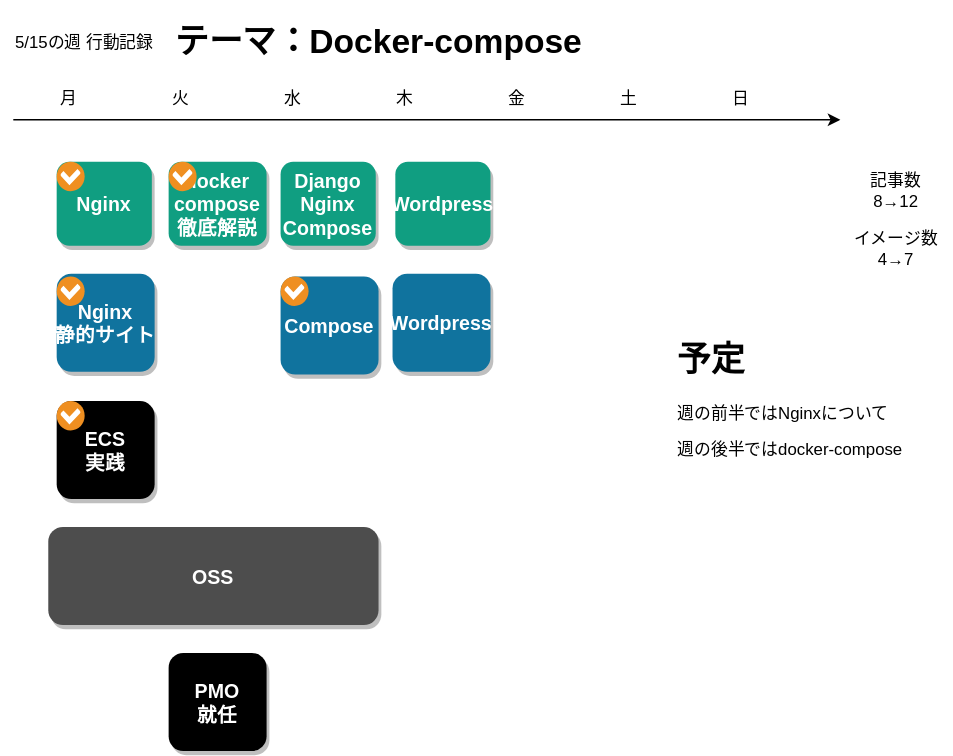
Above: 人生設計-20230515.drawio.svg in minegishirei/draw_v1 (draw.io), before the change. Source tidied: cells renumbered, new cells last; positions are measured from the earlier drawing's top-left corner, leaving out a move shared by most shapes.
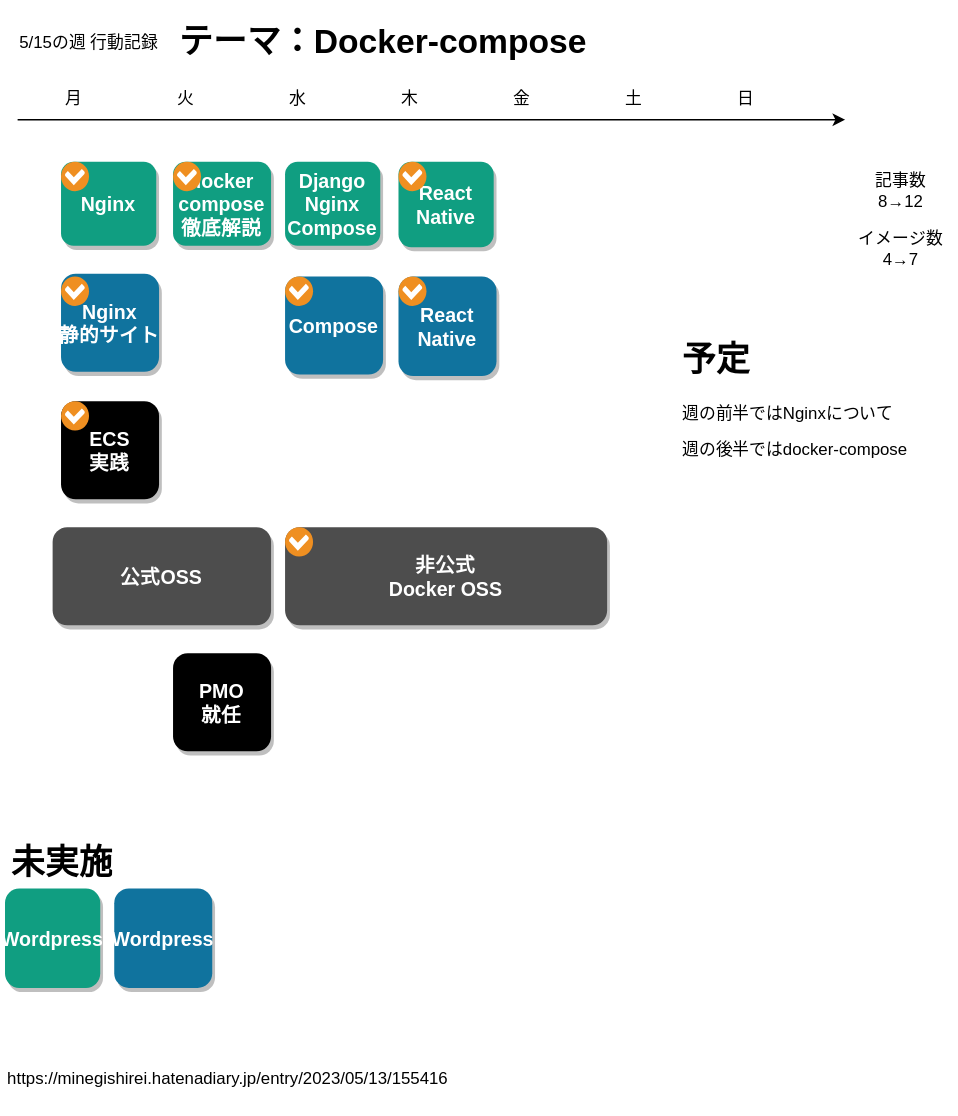
The same diagram one commit later.

Commit message:
人生設計-20230515.drawio.svg を追加しました。

What changed in the source:
```diff
@@ -57,10 +57,10 @@
       <mxGeometry x="200" y="187" width="70" height="70" as="geometry" />
     </mxCell>
     <mxCell id="19" value="Wordpress" style="rounded=1;fillColor=#109e81;strokeColor=none;shadow=1;gradientColor=none;fontStyle=1;fontColor=#FFFFFF;fontSize=14;" parent="1" vertex="1">
-      <mxGeometry x="282" y="105" width="68" height="60" as="geometry" />
+      <mxGeometry y="624" width="68" height="71" as="geometry" />
     </mxCell>
     <mxCell id="20" value="Wordpress" style="rounded=1;fillColor=#10739E;strokeColor=none;shadow=1;gradientColor=none;fontStyle=1;fontColor=#FFFFFF;fontSize=14;" parent="1" vertex="1">
-      <mxGeometry x="280" y="185" width="70" height="70" as="geometry" />
+      <mxGeometry x="78" y="624" width="70" height="71" as="geometry" />
     </mxCell>
     <mxCell id="21" value="記事数&lt;br&gt;8→12" style="text;html=1;strokeColor=none;fillColor=none;align=center;verticalAlign=middle;whiteSpace=wrap;rounded=0;" parent="1" vertex="1">
       <mxGeometry x="600" y="105" width="80" height="41" as="geometry" />
@@ -74,8 +74,8 @@
     <mxCell id="24" style="shadow=0;dashed=0;html=1;strokeColor=none;fillColor=#EF8F21;labelPosition=center;verticalLabelPosition=bottom;verticalAlign=top;align=center;shape=mxgraph.veeam.checked;" parent="1" vertex="1">
       <mxGeometry x="40" y="187" width="20" height="21" as="geometry" />
     </mxCell>
-    <mxCell id="25" value="OSS" style="rounded=1;fillColor=#4D4D4D;strokeColor=none;shadow=1;gradientColor=none;fontStyle=1;fontColor=#FFFFFF;fontSize=14;" parent="1" vertex="1">
-      <mxGeometry x="34" y="366" width="236" height="70" as="geometry" />
+    <mxCell id="25" value="公式OSS" style="rounded=1;fillColor=#4D4D4D;strokeColor=none;shadow=1;gradientColor=none;fontStyle=1;fontColor=#FFFFFF;fontSize=14;" parent="1" vertex="1">
+      <mxGeometry x="34" y="366" width="156" height="70" as="geometry" />
     </mxCell>
     <mxCell id="26" style="shadow=0;dashed=0;html=1;strokeColor=none;fillColor=#EF8F21;labelPosition=center;verticalLabelPosition=bottom;verticalAlign=top;align=center;shape=mxgraph.veeam.checked;" parent="1" vertex="1">
       <mxGeometry x="40" y="276" width="20" height="21" as="geometry" />
@@ -89,5 +89,29 @@
     <mxCell id="29" style="shadow=0;dashed=0;html=1;strokeColor=none;fillColor=#EF8F21;labelPosition=center;verticalLabelPosition=bottom;verticalAlign=top;align=center;shape=mxgraph.veeam.checked;" parent="1" vertex="1">
       <mxGeometry x="200" y="187" width="20" height="21" as="geometry" />
     </mxCell>
+    <mxCell id="30" value="非公式&#10;Docker OSS" style="rounded=1;fillColor=#4D4D4D;strokeColor=none;shadow=1;gradientColor=none;fontStyle=1;fontColor=#FFFFFF;fontSize=14;" parent="1" vertex="1">
+      <mxGeometry x="200" y="366" width="230" height="70" as="geometry" />
+    </mxCell>
+    <mxCell id="31" value="&lt;h1&gt;未実施&lt;/h1&gt;" style="text;html=1;strokeColor=none;fillColor=none;spacing=5;spacingTop=-20;whiteSpace=wrap;overflow=hidden;rounded=0;" parent="1" vertex="1">
+      <mxGeometry y="586" width="190" height="39" as="geometry" />
+    </mxCell>
+    <mxCell id="32" value="React&#10;Native" style="rounded=1;fillColor=#109e81;strokeColor=none;shadow=1;gradientColor=none;fontStyle=1;fontColor=#FFFFFF;fontSize=14;" parent="1" vertex="1">
+      <mxGeometry x="281" y="105" width="68" height="61" as="geometry" />
+    </mxCell>
+    <mxCell id="33" value="React&#10;Native" style="rounded=1;fillColor=#10739E;strokeColor=none;shadow=1;gradientColor=none;fontStyle=1;fontColor=#FFFFFF;fontSize=14;" parent="1" vertex="1">
+      <mxGeometry x="281" y="187" width="70" height="71" as="geometry" />
+    </mxCell>
+    <mxCell id="34" style="shadow=0;dashed=0;html=1;strokeColor=none;fillColor=#EF8F21;labelPosition=center;verticalLabelPosition=bottom;verticalAlign=top;align=center;shape=mxgraph.veeam.checked;" parent="1" vertex="1">
+      <mxGeometry x="281" y="187" width="20" height="21" as="geometry" />
+    </mxCell>
+    <mxCell id="35" style="shadow=0;dashed=0;html=1;strokeColor=none;fillColor=#EF8F21;labelPosition=center;verticalLabelPosition=bottom;verticalAlign=top;align=center;shape=mxgraph.veeam.checked;" parent="1" vertex="1">
+      <mxGeometry x="281" y="105" width="20" height="21" as="geometry" />
+    </mxCell>
+    <mxCell id="36" style="shadow=0;dashed=0;html=1;strokeColor=none;fillColor=#EF8F21;labelPosition=center;verticalLabelPosition=bottom;verticalAlign=top;align=center;shape=mxgraph.veeam.checked;" parent="1" vertex="1">
+      <mxGeometry x="200" y="366" width="20" height="21" as="geometry" />
+    </mxCell>
+    <mxCell id="37" value="https://minegishirei.hatenadiary.jp/entry/2023/05/13/155416" style="text;whiteSpace=wrap;html=1;overflow:hidden;" parent="1" vertex="1">
+      <mxGeometry y="746" width="210" height="40" as="geometry" />
+    </mxCell>
   </root>
 </mxGraphModel>
```
